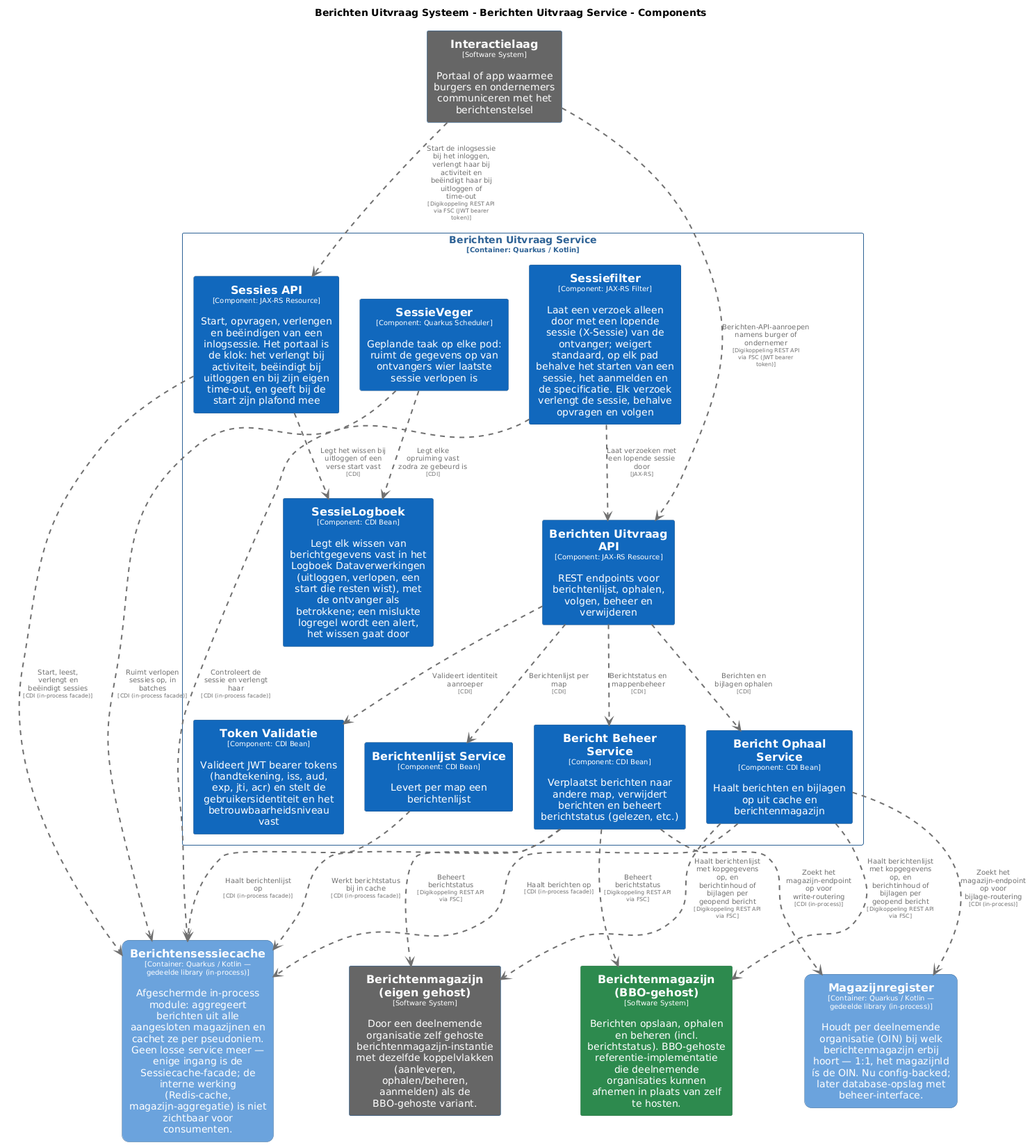
Above: pr-preview/pr-424/master/png/BerichtenUitvraagServiceComponenten.png in MinBZK/moza-poc-fbs-berichtenbox (PlantUML), before the change. Its diagram source:
```plantuml
@startuml
set separator none
title Berichten Uitvraag Systeem - Berichten Uitvraag Service - Components

top to bottom direction
skinparam ranksep 60
skinparam nodesep 30

skinparam {
  arrowFontSize 10
  defaultTextAlignment center
  wrapWidth 200
  maxMessageSize 100
}

hide stereotype

skinparam rectangle<<BerichtenUitvraagSysteem.BerichtenUitvraagService.BerichtBeheerService>> {
  BackgroundColor #1168bd
  FontColor #ffffff
  BorderColor #0b4884
  shadowing false
}
skinparam rectangle<<BerichtenUitvraagSysteem.BerichtenUitvraagService.BerichtOphaalService>> {
  BackgroundColor #1168bd
  FontColor #ffffff
  BorderColor #0b4884
  shadowing false
}
skinparam rectangle<<BerichtenUitvraagSysteem.BerichtenUitvraagService.BerichtenUitvraagAPI>> {
  BackgroundColor #1168bd
  FontColor #ffffff
  BorderColor #0b4884
  shadowing false
}
skinparam rectangle<<BerichtenUitvraagSysteem.BerichtenUitvraagService.BerichtenlijstService>> {
  BackgroundColor #1168bd
  FontColor #ffffff
  BorderColor #0b4884
  shadowing false
}
skinparam rectangle<<BerichtenmagazijnBBOgehost>> {
  BackgroundColor #2d8a4e
  FontColor #ffffff
  BorderColor #1e6b38
  shadowing false
}
skinparam rectangle<<Berichtenmagazijneigengehost>> {
  BackgroundColor #666666
  FontColor #ffffff
  BorderColor #0b4884
  shadowing false
}
skinparam rectangle<<BerichtenUitvraagSysteem.Berichtensessiecache>> {
  BackgroundColor #6ba3dd
  FontColor #ffffff
  BorderColor #2e6295
  roundCorner 20
  shadowing false
}
skinparam rectangle<<Interactielaag>> {
  BackgroundColor #666666
  FontColor #ffffff
  BorderColor #0b4884
  shadowing false
}
skinparam rectangle<<BerichtenUitvraagSysteem.Magazijnregister>> {
  BackgroundColor #6ba3dd
  FontColor #ffffff
  BorderColor #2e6295
  roundCorner 20
  shadowing false
}
skinparam rectangle<<BerichtenUitvraagSysteem.BerichtenUitvraagService.SessieLogboek>> {
  BackgroundColor #1168bd
  FontColor #ffffff
  BorderColor #0b4884
  shadowing false
}
skinparam rectangle<<BerichtenUitvraagSysteem.BerichtenUitvraagService.SessieVeger>> {
  BackgroundColor #1168bd
  FontColor #ffffff
  BorderColor #0b4884
  shadowing false
}
skinparam rectangle<<BerichtenUitvraagSysteem.BerichtenUitvraagService.Sessiefilter>> {
  BackgroundColor #1168bd
  FontColor #ffffff
  BorderColor #0b4884
  shadowing false
}
skinparam rectangle<<BerichtenUitvraagSysteem.BerichtenUitvraagService.SessiesAPI>> {
  BackgroundColor #1168bd
  FontColor #ffffff
  BorderColor #0b4884
  shadowing false
}
skinparam rectangle<<BerichtenUitvraagSysteem.BerichtenUitvraagService.TokenValidatie>> {
  BackgroundColor #1168bd
  FontColor #ffffff
  BorderColor #0b4884
  shadowing false
}
skinparam rectangle<<BerichtenUitvraagSysteem.BerichtenUitvraagService>> {
  BorderColor #2e6295
  FontColor #2e6295
  shadowing false
}

rectangle "==Interactielaag\n<size:10>[Software System]</size>\n\nPortaal of app waarmee burgers en ondernemers communiceren met het berichtenstelsel" <<Interactielaag>> as Interactielaag
rectangle "==Berichtenmagazijn (eigen gehost)\n<size:10>[Software System]</size>\n\nDoor een deelnemende organisatie zelf gehoste berichtenmagazijn-instantie met dezelfde koppelvlakken (aanleveren, ophalen/beheren, aanmelden) als de BBO-gehoste variant." <<Berichtenmagazijneigengehost>> as Berichtenmagazijneigengehost
rectangle "==Berichtenmagazijn (BBO-gehost)\n<size:10>[Software System]</size>\n\nBerichten opslaan, ophalen en beheren (incl. berichtstatus). BBO-gehoste referentie-implementatie die deelnemende organisaties kunnen afnemen in plaats van zelf te hosten." <<BerichtenmagazijnBBOgehost>> as BerichtenmagazijnBBOgehost
rectangle "==Berichtensessiecache\n<size:10>[Container: Quarkus / Kotlin — gedeelde library (in-process)]</size>\n\nAfgeschermde in-process module: aggregeert berichten uit alle aangesloten magazijnen en cachet ze per pseudoniem. Geen losse service meer — enige ingang is de Sessiecache-facade; de interne werking (Redis-cache, magazijn-aggregatie) is niet zichtbaar voor consumenten." <<BerichtenUitvraagSysteem.Berichtensessiecache>> as BerichtenUitvraagSysteem.Berichtensessiecache
rectangle "==Magazijnregister\n<size:10>[Container: Quarkus / Kotlin — gedeelde library (in-process)]</size>\n\nHoudt per deelnemende organisatie (OIN) bij welk berichtenmagazijn erbij hoort — 1:1, het magazijnId ís de OIN. Nu config-backed; later database-opslag met beheer-interface." <<BerichtenUitvraagSysteem.Magazijnregister>> as BerichtenUitvraagSysteem.Magazijnregister

rectangle "Berichten Uitvraag Service\n<size:10>[Container: Quarkus / Kotlin]</size>" <<BerichtenUitvraagSysteem.BerichtenUitvraagService>> {
  rectangle "==Berichten Uitvraag API\n<size:10>[Component: JAX-RS Resource]</size>\n\nREST endpoints voor berichtenlijst, ophalen, volgen, beheer en verwijderen" <<BerichtenUitvraagSysteem.BerichtenUitvraagService.BerichtenUitvraagAPI>> as BerichtenUitvraagSysteem.BerichtenUitvraagService.BerichtenUitvraagAPI
  rectangle "==Token Validatie\n<size:10>[Component: CDI Bean]</size>\n\nValideert JWT bearer tokens (handtekening, iss, aud, exp, jti, acr) en stelt de gebruikersidentiteit en het betrouwbaarheidsniveau vast" <<BerichtenUitvraagSysteem.BerichtenUitvraagService.TokenValidatie>> as BerichtenUitvraagSysteem.BerichtenUitvraagService.TokenValidatie
  rectangle "==Berichtenlijst Service\n<size:10>[Component: CDI Bean]</size>\n\nLevert per map een berichtenlijst" <<BerichtenUitvraagSysteem.BerichtenUitvraagService.BerichtenlijstService>> as BerichtenUitvraagSysteem.BerichtenUitvraagService.BerichtenlijstService
  rectangle "==Bericht Ophaal Service\n<size:10>[Component: CDI Bean]</size>\n\nHaalt berichten en bijlagen op uit cache en berichtenmagazijn" <<BerichtenUitvraagSysteem.BerichtenUitvraagService.BerichtOphaalService>> as BerichtenUitvraagSysteem.BerichtenUitvraagService.BerichtOphaalService
  rectangle "==Bericht Beheer Service\n<size:10>[Component: CDI Bean]</size>\n\nVerplaatst berichten naar andere map, verwijdert berichten en beheert berichtstatus (gelezen, etc.)" <<BerichtenUitvraagSysteem.BerichtenUitvraagService.BerichtBeheerService>> as BerichtenUitvraagSysteem.BerichtenUitvraagService.BerichtBeheerService
  rectangle "==Sessiefilter\n<size:10>[Component: JAX-RS Filter]</size>\n\nLaat een verzoek alleen door met een lopende sessie (X-Sessie) van de ontvanger; weigert standaard, op elk pad behalve het starten van een sessie, het aanmelden en de specificatie. Elk verzoek verlengt de sessie, behalve opvragen en volgen" <<BerichtenUitvraagSysteem.BerichtenUitvraagService.Sessiefilter>> as BerichtenUitvraagSysteem.BerichtenUitvraagService.Sessiefilter
  rectangle "==Sessies API\n<size:10>[Component: JAX-RS Resource]</size>\n\nStart, opvragen, verlengen en beëindigen van een inlogsessie. Het portaal is de klok: het verlengt bij activiteit, beëindigt bij uitloggen en bij zijn eigen time-out, en geeft bij de start zijn plafond mee" <<BerichtenUitvraagSysteem.BerichtenUitvraagService.SessiesAPI>> as BerichtenUitvraagSysteem.BerichtenUitvraagService.SessiesAPI
  rectangle "==SessieVeger\n<size:10>[Component: Quarkus Scheduler]</size>\n\nGeplande taak op elke pod: ruimt de gegevens op van ontvangers wier laatste sessie verlopen is" <<BerichtenUitvraagSysteem.BerichtenUitvraagService.SessieVeger>> as BerichtenUitvraagSysteem.BerichtenUitvraagService.SessieVeger
  rectangle "==SessieLogboek\n<size:10>[Component: CDI Bean]</size>\n\nLegt elk wissen van berichtgegevens vast in het Logboek Dataverwerkingen (uitloggen, verlopen, een start die resten wist), met de ontvanger als betrokkene; een mislukte logregel wordt een alert, het wissen gaat door" <<BerichtenUitvraagSysteem.BerichtenUitvraagService.SessieLogboek>> as BerichtenUitvraagSysteem.BerichtenUitvraagService.SessieLogboek
}

BerichtenUitvraagSysteem.BerichtenUitvraagService.SessiesAPI .[#707070,thickness=2].> BerichtenUitvraagSysteem.Berichtensessiecache : "<color:#707070>Start, leest, verlengt en beëindigt sessies\n<color:#707070><size:8>[CDI (in-process facade)]</size>"
BerichtenUitvraagSysteem.BerichtenUitvraagService.SessieVeger .[#707070,thickness=2].> BerichtenUitvraagSysteem.Berichtensessiecache : "<color:#707070>Ruimt verlopen sessies op, in batches\n<color:#707070><size:8>[CDI (in-process facade)]</size>"
BerichtenUitvraagSysteem.BerichtenUitvraagService.BerichtOphaalService .[#707070,thickness=2].> BerichtenUitvraagSysteem.Berichtensessiecache : "<color:#707070>Haalt berichten op\n<color:#707070><size:8>[CDI (in-process facade)]</size>"
BerichtenUitvraagSysteem.BerichtenUitvraagService.BerichtenlijstService .[#707070,thickness=2].> BerichtenUitvraagSysteem.Berichtensessiecache : "<color:#707070>Haalt berichtenlijst op\n<color:#707070><size:8>[CDI (in-process facade)]</size>"
BerichtenUitvraagSysteem.BerichtenUitvraagService.BerichtBeheerService .[#707070,thickness=2].> BerichtenUitvraagSysteem.Berichtensessiecache : "<color:#707070>Werkt berichtstatus bij in cache\n<color:#707070><size:8>[CDI (in-process facade)]</size>"
BerichtenUitvraagSysteem.BerichtenUitvraagService.BerichtOphaalService .[#707070,thickness=2].> BerichtenUitvraagSysteem.Magazijnregister : "<color:#707070>Zoekt het magazijn-endpoint op voor bijlage-routering\n<color:#707070><size:8>[CDI (in-process)]</size>"
BerichtenUitvraagSysteem.BerichtenUitvraagService.BerichtBeheerService .[#707070,thickness=2].> BerichtenUitvraagSysteem.Magazijnregister : "<color:#707070>Zoekt het magazijn-endpoint op voor write-routering\n<color:#707070><size:8>[CDI (in-process)]</size>"
Interactielaag .[#707070,thickness=2].> BerichtenUitvraagSysteem.BerichtenUitvraagService.BerichtenUitvraagAPI : "<color:#707070>Berichten-API-aanroepen namens burger of ondernemer\n<color:#707070><size:8>[Digikoppeling REST API via FSC (JWT bearer token)]</size>"
Interactielaag .[#707070,thickness=2].> BerichtenUitvraagSysteem.BerichtenUitvraagService.SessiesAPI : "<color:#707070>Start de inlogsessie bij het inloggen, verlengt haar bij activiteit en beëindigt haar bij uitloggen of time-out\n<color:#707070><size:8>[Digikoppeling REST API via FSC (JWT bearer token)]</size>"
BerichtenUitvraagSysteem.BerichtenUitvraagService.BerichtOphaalService .[#707070,thickness=2].> BerichtenmagazijnBBOgehost : "<color:#707070>Haalt berichtenlijst met kopgegevens op, en berichtinhoud of bijlagen per geopend bericht\n<color:#707070><size:8>[Digikoppeling REST API via FSC]</size>"
BerichtenUitvraagSysteem.BerichtenUitvraagService.BerichtBeheerService .[#707070,thickness=2].> BerichtenmagazijnBBOgehost : "<color:#707070>Beheert berichtstatus\n<color:#707070><size:8>[Digikoppeling REST API via FSC]</size>"
BerichtenUitvraagSysteem.BerichtenUitvraagService.BerichtOphaalService .[#707070,thickness=2].> Berichtenmagazijneigengehost : "<color:#707070>Haalt berichtenlijst met kopgegevens op, en berichtinhoud of bijlagen per geopend bericht\n<color:#707070><size:8>[Digikoppeling REST API via FSC]</size>"
BerichtenUitvraagSysteem.BerichtenUitvraagService.BerichtBeheerService .[#707070,thickness=2].> Berichtenmagazijneigengehost : "<color:#707070>Beheert berichtstatus\n<color:#707070><size:8>[Digikoppeling REST API via FSC]</size>"
BerichtenUitvraagSysteem.BerichtenUitvraagService.BerichtenUitvraagAPI .[#707070,thickness=2].> BerichtenUitvraagSysteem.BerichtenUitvraagService.TokenValidatie : "<color:#707070>Valideert identiteit aanroeper\n<color:#707070><size:8>[CDI]</size>"
BerichtenUitvraagSysteem.BerichtenUitvraagService.BerichtenUitvraagAPI .[#707070,thickness=2].> BerichtenUitvraagSysteem.BerichtenUitvraagService.BerichtenlijstService : "<color:#707070>Berichtenlijst per map\n<color:#707070><size:8>[CDI]</size>"
BerichtenUitvraagSysteem.BerichtenUitvraagService.BerichtenUitvraagAPI .[#707070,thickness=2].> BerichtenUitvraagSysteem.BerichtenUitvraagService.BerichtOphaalService : "<color:#707070>Berichten en bijlagen ophalen\n<color:#707070><size:8>[CDI]</size>"
BerichtenUitvraagSysteem.BerichtenUitvraagService.BerichtenUitvraagAPI .[#707070,thickness=2].> BerichtenUitvraagSysteem.BerichtenUitvraagService.BerichtBeheerService : "<color:#707070>Berichtstatus en mappenbeheer\n<color:#707070><size:8>[CDI]</size>"
BerichtenUitvraagSysteem.BerichtenUitvraagService.Sessiefilter .[#707070,thickness=2].> BerichtenUitvraagSysteem.BerichtenUitvraagService.BerichtenUitvraagAPI : "<color:#707070>Laat verzoeken met een lopende sessie door\n<color:#707070><size:8>[JAX-RS]</size>"
BerichtenUitvraagSysteem.BerichtenUitvraagService.SessiesAPI .[#707070,thickness=2].> BerichtenUitvraagSysteem.BerichtenUitvraagService.SessieLogboek : "<color:#707070>Legt het wissen bij uitloggen of een verse start vast\n<color:#707070><size:8>[CDI]</size>"
BerichtenUitvraagSysteem.BerichtenUitvraagService.SessieVeger .[#707070,thickness=2].> BerichtenUitvraagSysteem.BerichtenUitvraagService.SessieLogboek : "<color:#707070>Legt elke opruiming vast zodra ze gebeurd is\n<color:#707070><size:8>[CDI]</size>"
BerichtenUitvraagSysteem.BerichtenUitvraagService.Sessiefilter .[#707070,thickness=2].> BerichtenUitvraagSysteem.Berichtensessiecache : "<color:#707070>Controleert de sessie en verlengt haar\n<color:#707070><size:8>[CDI (in-process facade)]</size>"
@enduml
```
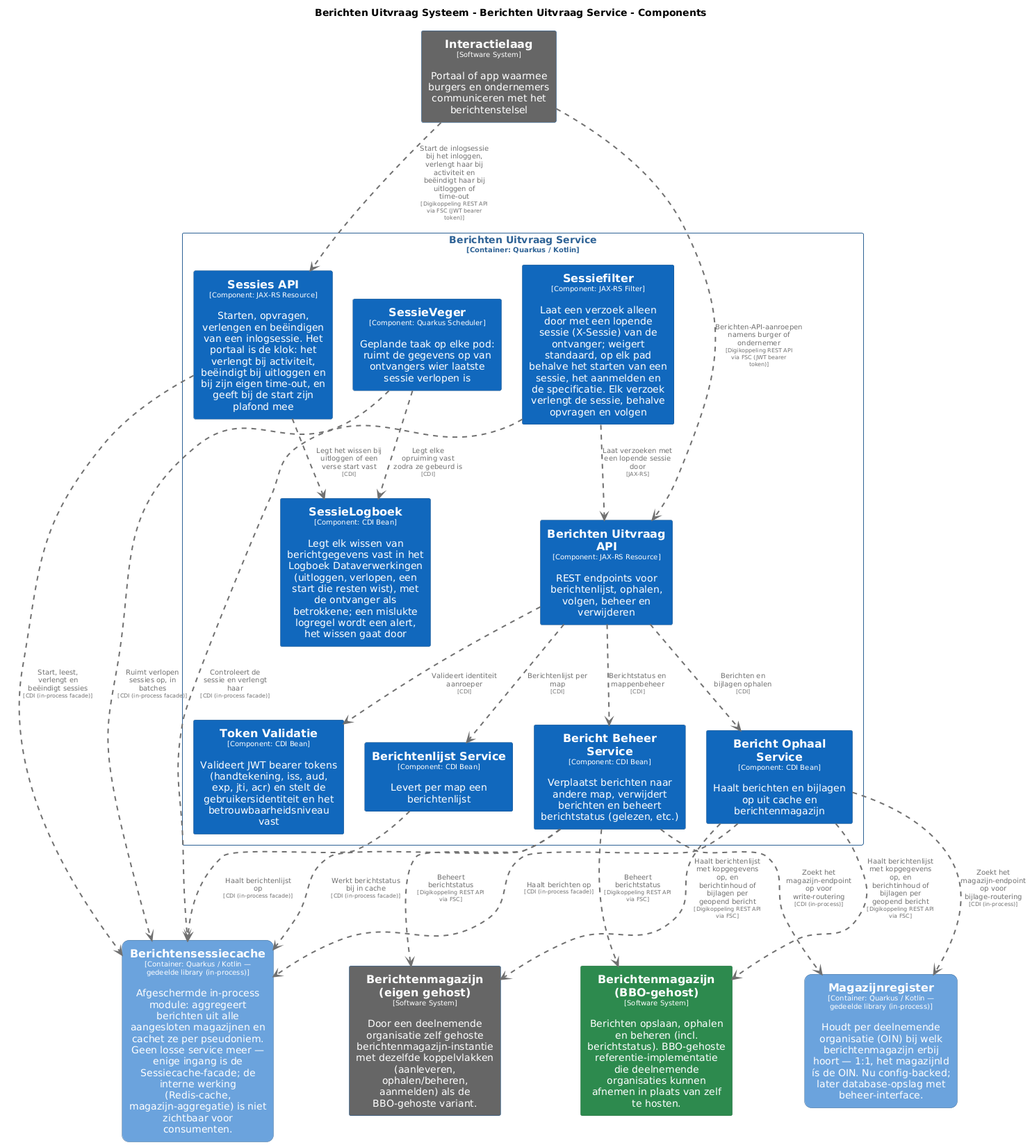
After the commit.

The edit, as a diff of the source:
```diff
@@ -120,7 +120,7 @@
   rectangle "==Bericht Ophaal Service\n<size:10>[Component: CDI Bean]</size>\n\nHaalt berichten en bijlagen op uit cache en berichtenmagazijn" <<BerichtenUitvraagSysteem.BerichtenUitvraagService.BerichtOphaalService>> as BerichtenUitvraagSysteem.BerichtenUitvraagService.BerichtOphaalService
   rectangle "==Bericht Beheer Service\n<size:10>[Component: CDI Bean]</size>\n\nVerplaatst berichten naar andere map, verwijdert berichten en beheert berichtstatus (gelezen, etc.)" <<BerichtenUitvraagSysteem.BerichtenUitvraagService.BerichtBeheerService>> as BerichtenUitvraagSysteem.BerichtenUitvraagService.BerichtBeheerService
   rectangle "==Sessiefilter\n<size:10>[Component: JAX-RS Filter]</size>\n\nLaat een verzoek alleen door met een lopende sessie (X-Sessie) van de ontvanger; weigert standaard, op elk pad behalve het starten van een sessie, het aanmelden en de specificatie. Elk verzoek verlengt de sessie, behalve opvragen en volgen" <<BerichtenUitvraagSysteem.BerichtenUitvraagService.Sessiefilter>> as BerichtenUitvraagSysteem.BerichtenUitvraagService.Sessiefilter
-  rectangle "==Sessies API\n<size:10>[Component: JAX-RS Resource]</size>\n\nStart, opvragen, verlengen en beëindigen van een inlogsessie. Het portaal is de klok: het verlengt bij activiteit, beëindigt bij uitloggen en bij zijn eigen time-out, en geeft bij de start zijn plafond mee" <<BerichtenUitvraagSysteem.BerichtenUitvraagService.SessiesAPI>> as BerichtenUitvraagSysteem.BerichtenUitvraagService.SessiesAPI
+  rectangle "==Sessies API\n<size:10>[Component: JAX-RS Resource]</size>\n\nStarten, opvragen, verlengen en beëindigen van een inlogsessie. Het portaal is de klok: het verlengt bij activiteit, beëindigt bij uitloggen en bij zijn eigen time-out, en geeft bij de start zijn plafond mee" <<BerichtenUitvraagSysteem.BerichtenUitvraagService.SessiesAPI>> as BerichtenUitvraagSysteem.BerichtenUitvraagService.SessiesAPI
   rectangle "==SessieVeger\n<size:10>[Component: Quarkus Scheduler]</size>\n\nGeplande taak op elke pod: ruimt de gegevens op van ontvangers wier laatste sessie verlopen is" <<BerichtenUitvraagSysteem.BerichtenUitvraagService.SessieVeger>> as BerichtenUitvraagSysteem.BerichtenUitvraagService.SessieVeger
   rectangle "==SessieLogboek\n<size:10>[Component: CDI Bean]</size>\n\nLegt elk wissen van berichtgegevens vast in het Logboek Dataverwerkingen (uitloggen, verlopen, een start die resten wist), met de ontvanger als betrokkene; een mislukte logregel wordt een alert, het wissen gaat door" <<BerichtenUitvraagSysteem.BerichtenUitvraagService.SessieLogboek>> as BerichtenUitvraagSysteem.BerichtenUitvraagService.SessieLogboek
 }
```
